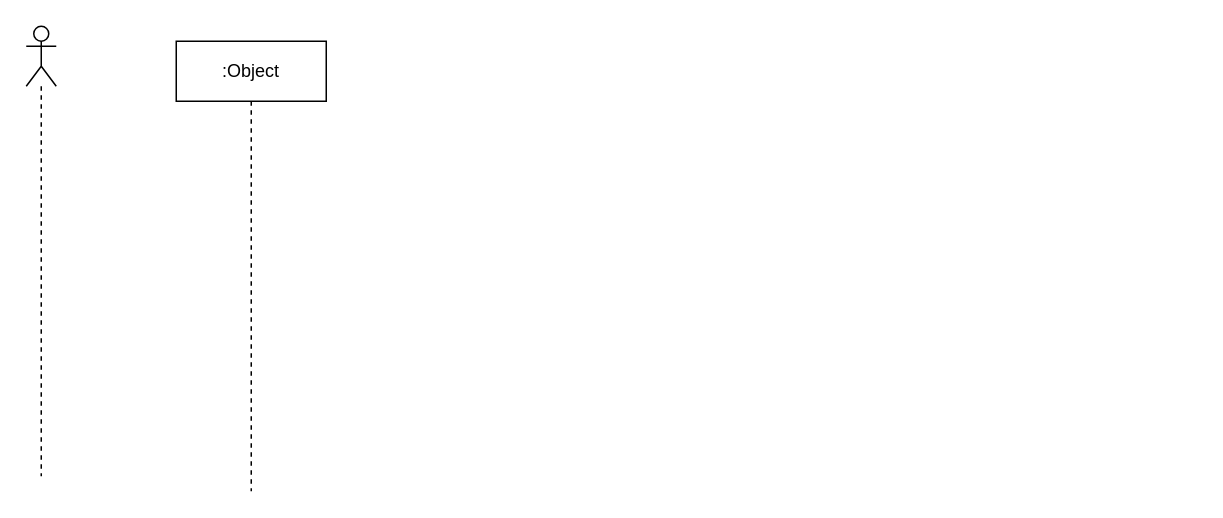
Earlier version of the draw.io diagram Untitled Diagram.drawio (ajeeshraj56/drawio). Source tidied: cells renumbered, new cells numbered last; positions are measured from the earlier drawing's top-left corner, leaving out a move shared by most shapes. Both pictures are drawn from the tidied source at 150%, with x=0, y=0 at pixel (26, 26).
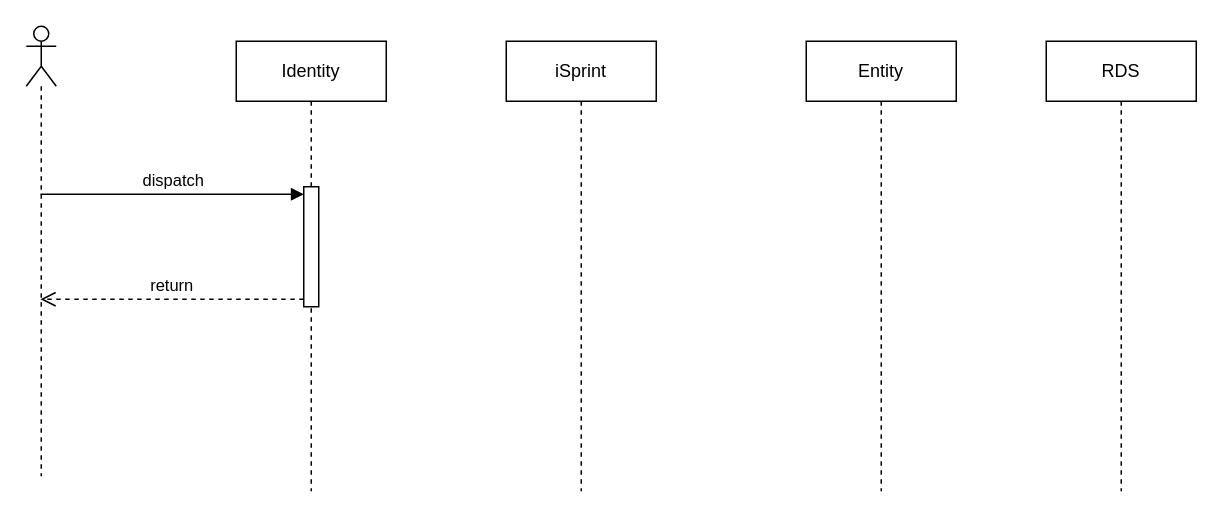
After the change.

What changed in the source:
```diff
@@
 <mxGraphModel>
   <root>
     <mxCell id="0" />
     <mxCell id="1" parent="0" />
     <mxCell id="2" style="shape=umlLifeline;perimeter=lifelinePerimeter;whiteSpace=wrap;html=1;outlineConnect=0;portConstraint=eastwest;newEdgeStyle={&quot;curved&quot;:0,&quot;rounded&quot;:0};participant=umlActor;" parent="1" vertex="1">
       <mxGeometry width="20" height="300" as="geometry" />
     </mxCell>
-    <mxCell id="3" value=":Object" style="shape=umlLifeline;perimeter=lifelinePerimeter;whiteSpace=wrap;html=1;newEdgeStyle={&quot;curved&quot;:0,&quot;rounded&quot;:0};" parent="1" vertex="1">
-      <mxGeometry x="100" y="10" width="100" height="300" as="geometry" />
+    <mxCell id="3" value="Identity" style="shape=umlLifeline;perimeter=lifelinePerimeter;whiteSpace=wrap;html=1;newEdgeStyle={&quot;curved&quot;:0,&quot;rounded&quot;:0};" parent="1" vertex="1">
+      <mxGeometry x="140" y="10" width="100" height="300" as="geometry" />
     </mxCell>
+    <mxCell id="4" style="html=1;points=[[0,0,0,0,5],[0,1,0,0,-5],[1,0,0,0,5],[1,1,0,0,-5]];perimeter=orthogonalPerimeter;outlineConnect=0;targetShapes=umlLifeline;portConstraint=eastwest;newEdgeStyle={&quot;curved&quot;:0,&quot;rounded&quot;:0};" parent="3" vertex="1">
+      <mxGeometry x="45" y="97" width="10" height="80" as="geometry" />
+    </mxCell>
+    <mxCell id="5" value="iSprint" style="shape=umlLifeline;perimeter=lifelinePerimeter;whiteSpace=wrap;html=1;newEdgeStyle={&quot;curved&quot;:0,&quot;rounded&quot;:0};" parent="1" vertex="1">
+      <mxGeometry x="320" y="10" width="100" height="300" as="geometry" />
+    </mxCell>
+    <mxCell id="6" value="Entity" style="shape=umlLifeline;perimeter=lifelinePerimeter;whiteSpace=wrap;html=1;newEdgeStyle={&quot;curved&quot;:0,&quot;rounded&quot;:0};" parent="1" vertex="1">
+      <mxGeometry x="520" y="10" width="100" height="300" as="geometry" />
+    </mxCell>
+    <mxCell id="7" value="RDS" style="shape=umlLifeline;perimeter=lifelinePerimeter;whiteSpace=wrap;html=1;newEdgeStyle={&quot;curved&quot;:0,&quot;rounded&quot;:0};" parent="1" vertex="1">
+      <mxGeometry x="680" y="10" width="100" height="300" as="geometry" />
+    </mxCell>
+    <mxCell id="8" value="dispatch" style="html=1;verticalAlign=bottom;endArrow=block;curved=0;rounded=0;entryX=0;entryY=0;entryDx=0;entryDy=5;" parent="1" edge="1" source="2" target="4">
+      <mxGeometry relative="1" as="geometry" />
+    </mxCell>
+    <mxCell id="9" value="return" style="html=1;verticalAlign=bottom;endArrow=open;dashed=1;endSize=8;curved=0;rounded=0;exitX=0;exitY=1;exitDx=0;exitDy=-5;" parent="1" edge="1" source="4" target="2">
+      <mxGeometry relative="1" as="geometry" />
+    </mxCell>
   </root>
 </mxGraphModel>
```
